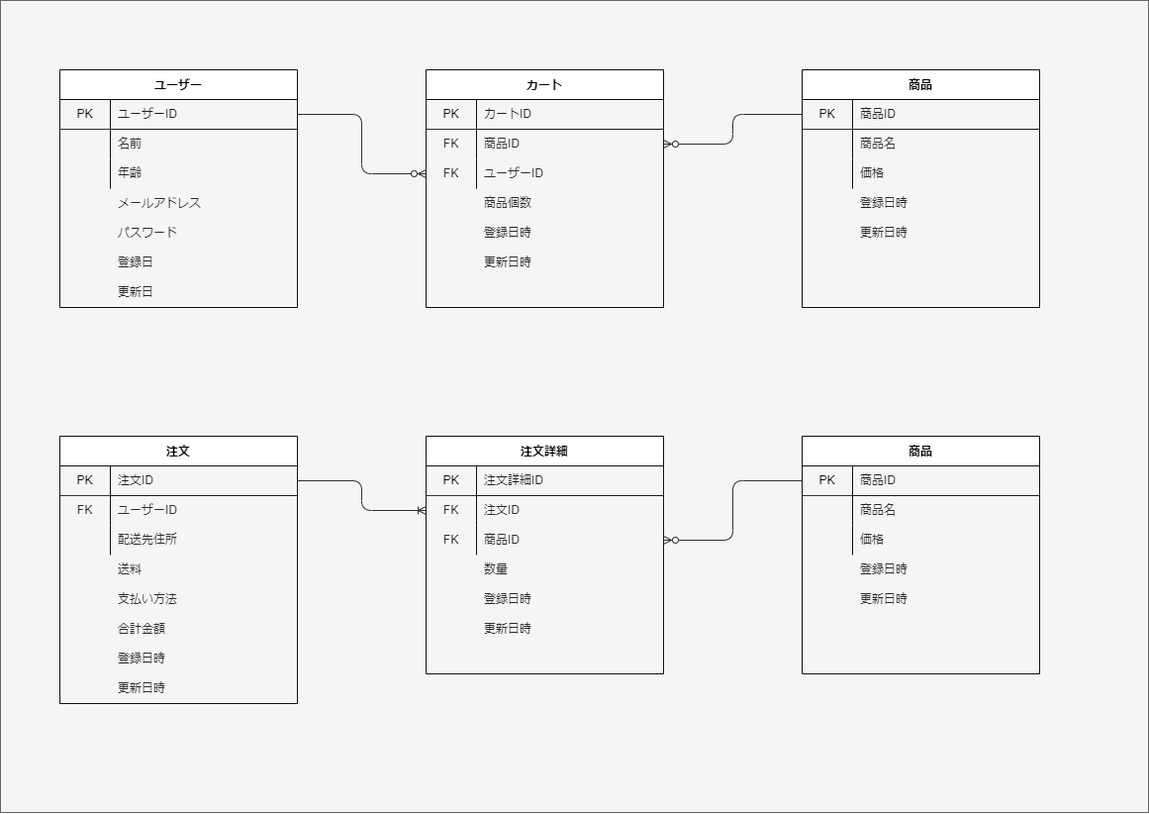
This is ER図.drawio.png from lithuanialover/AyanaFujikawa, a draw.io export, as it was before one commit. Source tidied: cells renumbered, new cells last; positions are measured from the earlier drawing's top-left corner, leaving out a move shared by most shapes.
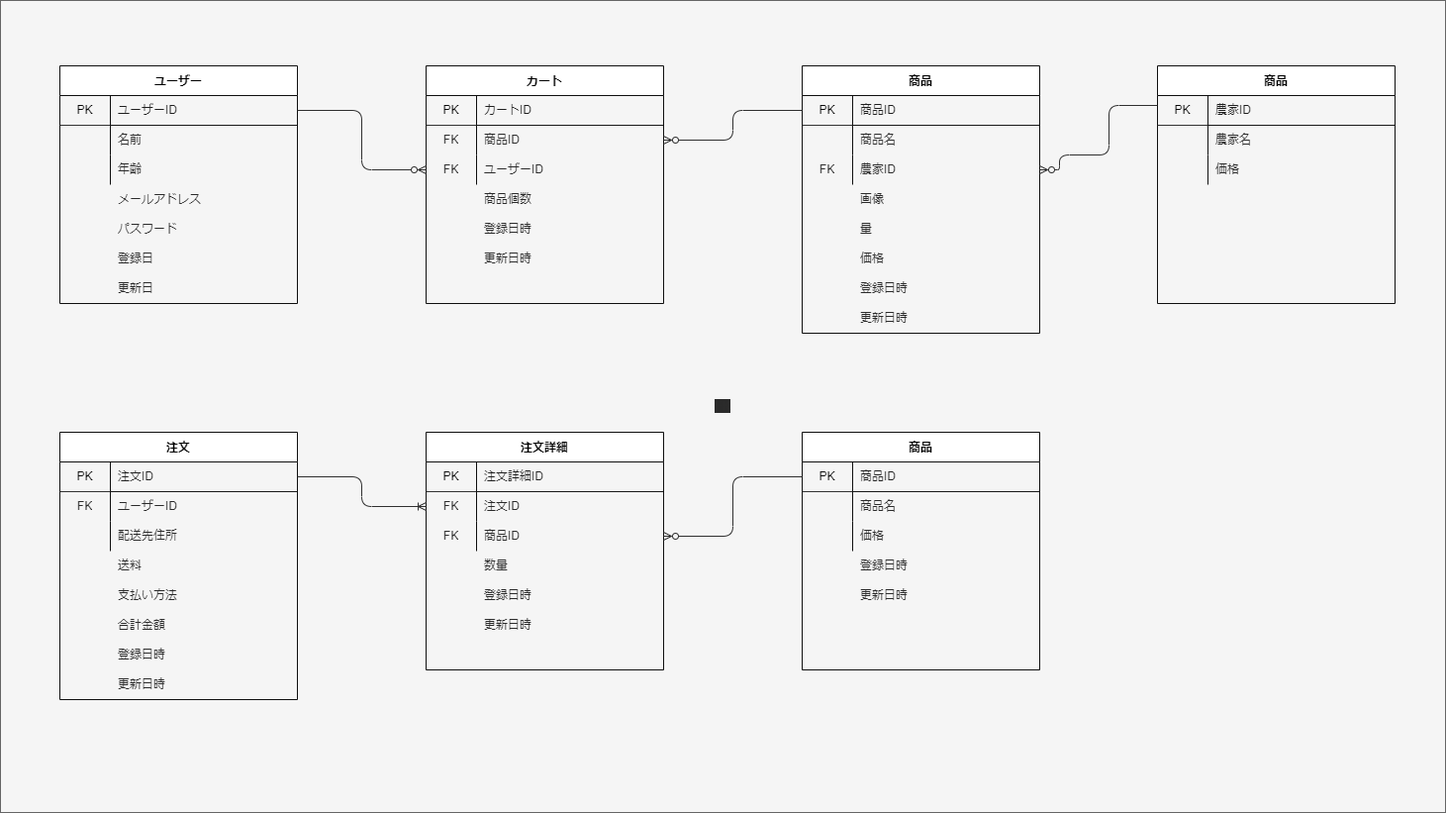
Later version of the same file.

What changed in the source:
```diff
@@ -2,8 +2,8 @@
   <root>
     <mxCell id="0" />
     <mxCell id="1" parent="0" />
-    <mxCell id="2" style="whiteSpace=wrap;html=1;fillColor=#f5f5f5;fontColor=#333333;strokeColor=#666666;" parent="1" vertex="1">
-      <mxGeometry width="1160" height="820" as="geometry" />
+    <mxCell id="2" value="&#10;&#10;&lt;span style=&quot;color: rgb(43, 43, 43); font-family: helvetica; font-size: 12px; font-style: normal; font-weight: 400; letter-spacing: normal; text-align: center; text-indent: 0px; text-transform: none; word-spacing: 0px; background-color: rgb(42, 42, 42); display: inline; float: none;&quot;&gt;FK&lt;/span&gt;&#10;&#10;" style="whiteSpace=wrap;html=1;fillColor=#f5f5f5;fontColor=#333333;strokeColor=#666666;" parent="1" vertex="1">
+      <mxGeometry y="4" width="1460" height="820" as="geometry" />
     </mxCell>
     <mxCell id="3" value="ユーザー" style="shape=table;startSize=30;rowLines=0;fontStyle=1;align=center;strokeColor=#0F0F0F;" parent="1" vertex="1">
       <mxGeometry x="60" y="70" width="240" height="240" as="geometry" />
@@ -66,7 +66,7 @@
       <mxGeometry x="51" width="189" height="30" as="geometry" />
     </mxCell>
     <mxCell id="23" value="商品" style="shape=table;startSize=30;rowLines=0;fontStyle=1;align=center;strokeColor=#0F0F0F;" parent="1" vertex="1">
-      <mxGeometry x="810" y="70" width="240" height="240" as="geometry" />
+      <mxGeometry x="810" y="70" width="240" height="270" as="geometry" />
     </mxCell>
     <mxCell id="24" style="shape=partialRectangle;html=1;whiteSpace=wrap;fillColor=none;top=0;left=0;bottom=1;right=0;points=[[0,0.5],[1,0.5]];portConstraint=eastwest;" parent="23" vertex="1">
       <mxGeometry y="30" width="240" height="30" as="geometry" />
@@ -92,7 +92,7 @@
     <mxCell id="31" style="shape=partialRectangle;html=1;whiteSpace=wrap;fillColor=none;top=0;left=0;bottom=0;right=0;overflow=hidden;fontColor=#2B2B2B;" parent="30" vertex="1">
       <mxGeometry width="51" height="30" as="geometry" />
     </mxCell>
-    <mxCell id="32" value="価格" style="shape=partialRectangle;html=1;whiteSpace=wrap;fillColor=none;top=0;left=0;bottom=0;right=0;align=left;spacingLeft=6;overflow=hidden;fontColor=#2B2B2B;" parent="30" vertex="1">
+    <mxCell id="32" style="shape=partialRectangle;html=1;whiteSpace=wrap;fillColor=none;top=0;left=0;bottom=0;right=0;align=left;spacingLeft=6;overflow=hidden;fontColor=#2B2B2B;" parent="30" vertex="1">
       <mxGeometry x="51" width="189" height="30" as="geometry" />
     </mxCell>
     <mxCell id="33" value="注文" style="shape=table;startSize=30;rowLines=0;fontStyle=1;align=center;strokeColor=#0F0F0F;" parent="1" vertex="1">
@@ -176,11 +176,11 @@
     <mxCell id="59" value="更新日時" style="shape=partialRectangle;html=1;whiteSpace=wrap;fillColor=none;top=0;left=0;bottom=0;right=0;align=left;spacingLeft=6;overflow=hidden;fontColor=#2B2B2B;" parent="1" vertex="1">
       <mxGeometry x="481" y="250" width="189" height="30" as="geometry" />
     </mxCell>
-    <mxCell id="60" value="登録日時" style="shape=partialRectangle;html=1;whiteSpace=wrap;fillColor=none;top=0;left=0;bottom=0;right=0;align=left;spacingLeft=6;overflow=hidden;fontColor=#2B2B2B;" parent="1" vertex="1">
-      <mxGeometry x="861" y="190" width="189" height="30" as="geometry" />
+    <mxCell id="60" value="価格" style="shape=partialRectangle;html=1;whiteSpace=wrap;fillColor=none;top=0;left=0;bottom=0;right=0;align=left;spacingLeft=6;overflow=hidden;fontColor=#2B2B2B;" parent="1" vertex="1">
+      <mxGeometry x="861" y="250" width="189" height="30" as="geometry" />
     </mxCell>
-    <mxCell id="61" value="更新日時" style="shape=partialRectangle;html=1;whiteSpace=wrap;fillColor=none;top=0;left=0;bottom=0;right=0;align=left;spacingLeft=6;overflow=hidden;fontColor=#2B2B2B;" parent="1" vertex="1">
-      <mxGeometry x="861" y="220" width="189" height="30" as="geometry" />
+    <mxCell id="61" value="登録日時" style="shape=partialRectangle;html=1;whiteSpace=wrap;fillColor=none;top=0;left=0;bottom=0;right=0;align=left;spacingLeft=6;overflow=hidden;fontColor=#2B2B2B;" parent="1" vertex="1">
+      <mxGeometry x="861" y="280" width="189" height="30" as="geometry" />
     </mxCell>
     <mxCell id="62" style="edgeStyle=orthogonalEdgeStyle;html=1;exitX=1;exitY=0.5;exitDx=0;exitDy=0;entryX=0;entryY=0.5;entryDx=0;entryDy=0;fontColor=#2B2B2B;endArrow=ERzeroToMany;endFill=0;strokeColor=#303030;" parent="1" edge="1" source="4" target="20">
       <mxGeometry relative="1" as="geometry" />
@@ -284,5 +284,64 @@
     <mxCell id="95" style="edgeStyle=orthogonalEdgeStyle;html=1;exitX=1;exitY=0.5;exitDx=0;exitDy=0;entryX=0;entryY=0.5;entryDx=0;entryDy=0;fontColor=#2B2B2B;endArrow=ERoneToMany;endFill=0;strokeColor=#303030;" parent="1" edge="1" source="34" target="47">
       <mxGeometry relative="1" as="geometry" />
     </mxCell>
+    <mxCell id="96" value="商品" style="shape=table;startSize=30;rowLines=0;fontStyle=1;align=center;strokeColor=#0F0F0F;" parent="1" vertex="1">
+      <mxGeometry x="1169" y="70" width="240" height="240" as="geometry" />
+    </mxCell>
+    <mxCell id="97" style="shape=partialRectangle;html=1;whiteSpace=wrap;fillColor=none;top=0;left=0;bottom=1;right=0;" parent="96" vertex="1">
+      <mxGeometry y="30" width="240" height="30" as="geometry" />
+    </mxCell>
+    <mxCell id="98" value="PK" style="shape=partialRectangle;html=1;whiteSpace=wrap;fillColor=none;top=0;left=0;bottom=1;right=0;overflow=hidden;strokeColor=#333333;fontColor=#0A0A0A;" parent="97" vertex="1">
+      <mxGeometry width="51" height="30" as="geometry" />
+    </mxCell>
+    <mxCell id="99" value="農家ID" style="shape=partialRectangle;html=1;whiteSpace=wrap;fillColor=none;top=0;left=0;bottom=1;right=0;align=left;spacingLeft=6;overflow=hidden;strokeColor=#191919;fontColor=#1F1F1F;" parent="97" vertex="1">
+      <mxGeometry x="51" width="189" height="30" as="geometry" />
+    </mxCell>
+    <mxCell id="100" style="shape=partialRectangle;html=1;whiteSpace=wrap;fillColor=none;top=0;left=0;bottom=0;right=0;" parent="96" vertex="1">
+      <mxGeometry y="60" width="240" height="30" as="geometry" />
+    </mxCell>
+    <mxCell id="101" style="shape=partialRectangle;html=1;whiteSpace=wrap;fillColor=none;top=0;left=0;bottom=0;right=0;overflow=hidden;fontColor=#2B2B2B;" parent="100" vertex="1">
+      <mxGeometry width="51" height="30" as="geometry" />
+    </mxCell>
+    <mxCell id="102" value="農家名" style="shape=partialRectangle;html=1;whiteSpace=wrap;fillColor=none;top=0;left=0;bottom=0;right=0;align=left;spacingLeft=6;overflow=hidden;strokeColor=#333333;fontColor=#2B2B2B;" parent="100" vertex="1">
+      <mxGeometry x="51" width="189" height="30" as="geometry" />
+    </mxCell>
+    <mxCell id="103" style="shape=partialRectangle;html=1;whiteSpace=wrap;fillColor=none;top=0;left=0;bottom=0;right=0;" parent="96" vertex="1">
+      <mxGeometry y="90" width="240" height="30" as="geometry" />
+    </mxCell>
+    <mxCell id="104" style="shape=partialRectangle;html=1;whiteSpace=wrap;fillColor=none;top=0;left=0;bottom=0;right=0;overflow=hidden;fontColor=#2B2B2B;" parent="103" vertex="1">
+      <mxGeometry width="51" height="30" as="geometry" />
+    </mxCell>
+    <mxCell id="105" value="価格" style="shape=partialRectangle;html=1;whiteSpace=wrap;fillColor=none;top=0;left=0;bottom=0;right=0;align=left;spacingLeft=6;overflow=hidden;fontColor=#2B2B2B;" parent="103" vertex="1">
+      <mxGeometry x="51" width="189" height="30" as="geometry" />
+    </mxCell>
+    <mxCell id="106" value="画像" style="shape=partialRectangle;html=1;whiteSpace=wrap;fillColor=none;top=0;left=0;bottom=0;right=0;align=left;spacingLeft=6;overflow=hidden;fontColor=#2B2B2B;" parent="1" vertex="1">
+      <mxGeometry x="861" y="190" width="189" height="30" as="geometry" />
+    </mxCell>
+    <mxCell id="107" value="量" style="shape=partialRectangle;html=1;whiteSpace=wrap;fillColor=none;top=0;left=0;bottom=0;right=0;align=left;spacingLeft=6;overflow=hidden;fontColor=#2B2B2B;" parent="1" vertex="1">
+      <mxGeometry x="861" y="220" width="189" height="30" as="geometry" />
+    </mxCell>
+    <mxCell id="108" value="更新日時" style="shape=partialRectangle;html=1;whiteSpace=wrap;fillColor=none;top=0;left=0;bottom=0;right=0;align=left;spacingLeft=6;overflow=hidden;fontColor=#2B2B2B;" parent="1" vertex="1">
+      <mxGeometry x="861" y="310" width="189" height="30" as="geometry" />
+    </mxCell>
+    <mxCell id="109" style="shape=partialRectangle;html=1;whiteSpace=wrap;fillColor=none;top=0;left=0;bottom=0;right=0;points=[[0,0.5],[1,0.5]];portConstraint=eastwest;" parent="1" vertex="1">
+      <mxGeometry x="810" y="160" width="240" height="30" as="geometry" />
+    </mxCell>
+    <mxCell id="110" value="FK" style="shape=partialRectangle;html=1;whiteSpace=wrap;fillColor=none;top=0;left=0;bottom=0;right=0;overflow=hidden;fontColor=#2B2B2B;" parent="109" vertex="1">
+      <mxGeometry width="51" height="30" as="geometry" />
+    </mxCell>
+    <mxCell id="111" value="農家ID" style="shape=partialRectangle;html=1;whiteSpace=wrap;fillColor=none;top=0;left=0;bottom=0;right=0;align=left;spacingLeft=6;overflow=hidden;strokeColor=#333333;fontColor=#2B2B2B;" parent="109" vertex="1">
+      <mxGeometry x="51" width="189" height="30" as="geometry" />
+    </mxCell>
+    <mxCell id="112" style="edgeStyle=orthogonalEdgeStyle;html=1;exitX=0;exitY=0.5;exitDx=0;exitDy=0;entryX=1;entryY=0.5;entryDx=0;entryDy=0;fontColor=#2B2B2B;endArrow=ERzeroToMany;endFill=0;strokeColor=#303030;" parent="1" edge="1" target="109">
+      <mxGeometry relative="1" as="geometry">
+        <mxPoint x="1169" y="110" as="sourcePoint" />
+        <Array as="points">
+          <mxPoint x="1120" y="110" />
+          <mxPoint x="1120" y="160" />
+          <mxPoint x="1070" y="160" />
+          <mxPoint x="1070" y="175" />
+        </Array>
+      </mxGeometry>
+    </mxCell>
   </root>
 </mxGraphModel>
```
